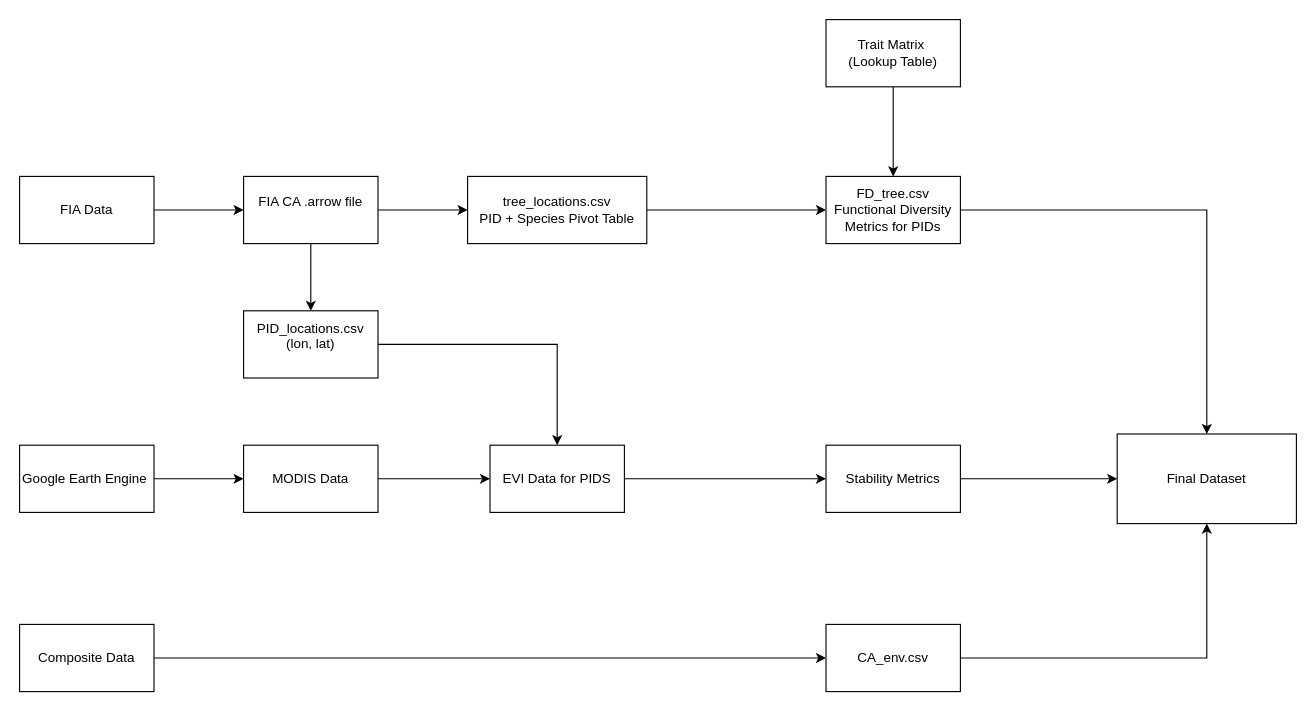
The draw.io diagram visualisations/DataFlow.drawio in qiulinlx/FD_Stability, before the edit. Source tidied: cells renumbered, new cells numbered last; positions are measured from the earlier drawing's top-left corner, leaving out a move shared by most shapes. Both pictures are drawn from the tidied source at 112%, with x=0, y=0 at pixel (19, 19).
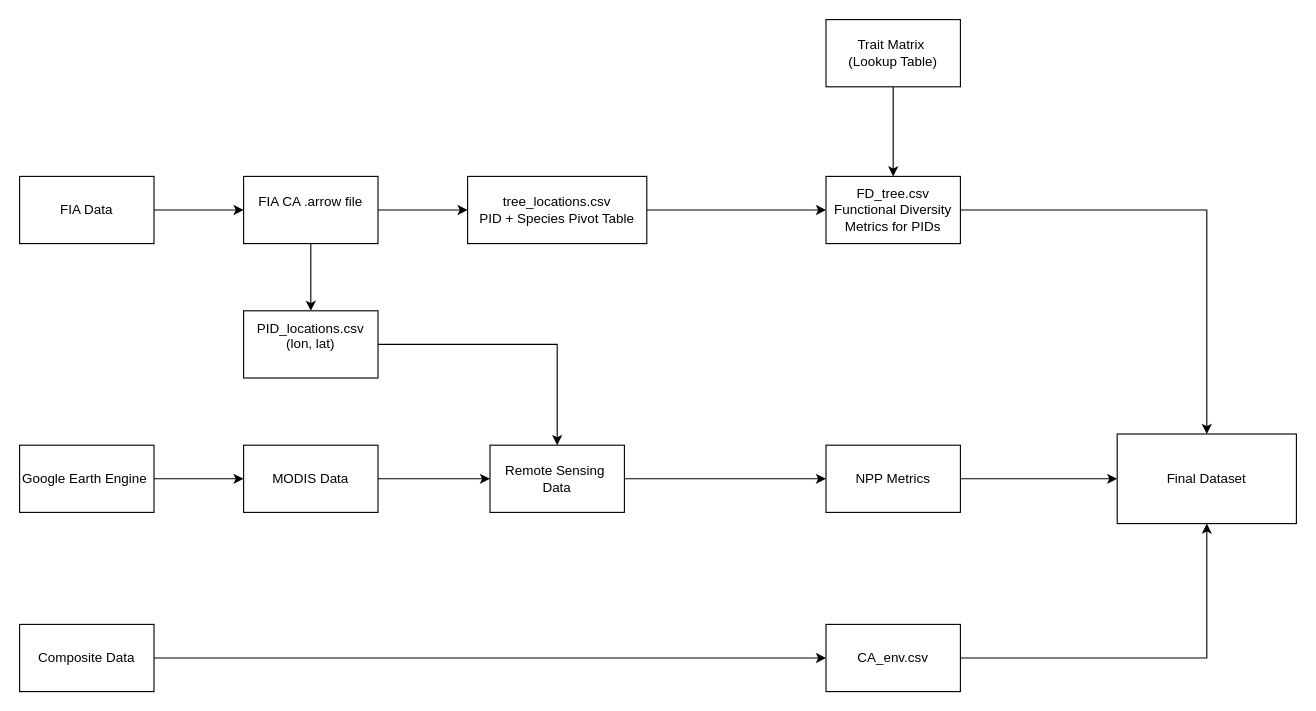
The same page after the edit.

The edit, as a diff of the source:
```diff
@@
-    <mxCell id="16" value="EVI Data for PIDS" style="whiteSpace=wrap;html=1;rounded=0;" parent="1" vertex="1">
+    <mxCell id="16" value="&lt;div&gt;Remote Sensing&amp;nbsp;&lt;/div&gt;&lt;div&gt;Data&lt;/div&gt;" style="whiteSpace=wrap;html=1;rounded=0;" parent="1" vertex="1">
       <mxGeometry x="420" y="380" width="120" height="60" as="geometry" />
     </mxCell>
@@
-    <mxCell id="21" value="Stability Metrics" style="whiteSpace=wrap;html=1;rounded=0;" parent="1" vertex="1">
+    <mxCell id="21" value="NPP Metrics" style="whiteSpace=wrap;html=1;rounded=0;" parent="1" vertex="1">
       <mxGeometry x="720" y="380" width="120" height="60" as="geometry" />
     </mxCell>
```
